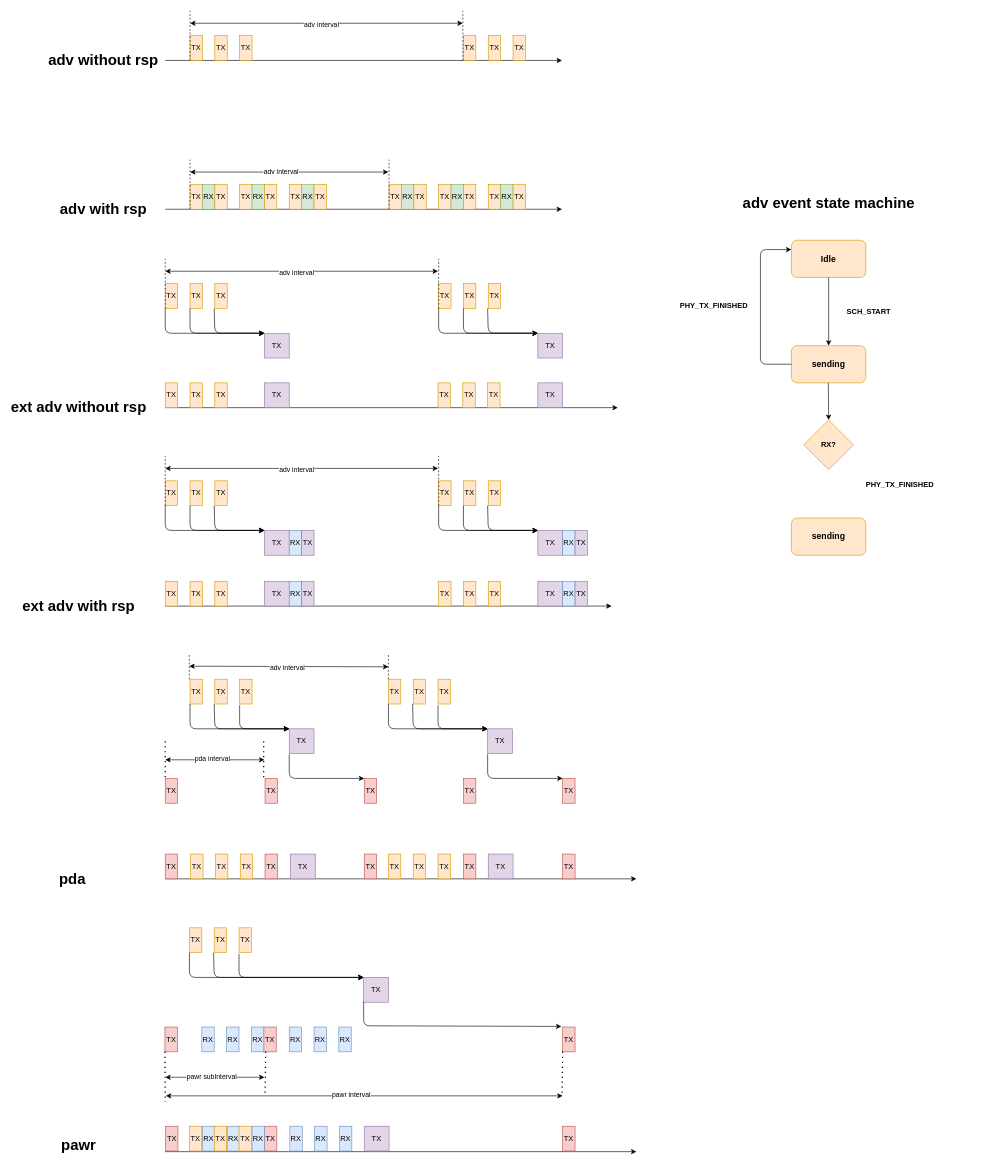
Earlier version of the draw.io diagram system/ble/controller/ll/module/adv/adv.drawio (Coy681/tx_ble). Source tidied: cells renumbered, new cells numbered last; positions are measured from the earlier drawing's top-left corner, leaving out a move shared by most shapes. Both pictures are drawn from the tidied source at 62%, with x=0, y=0 at pixel (41, 11).
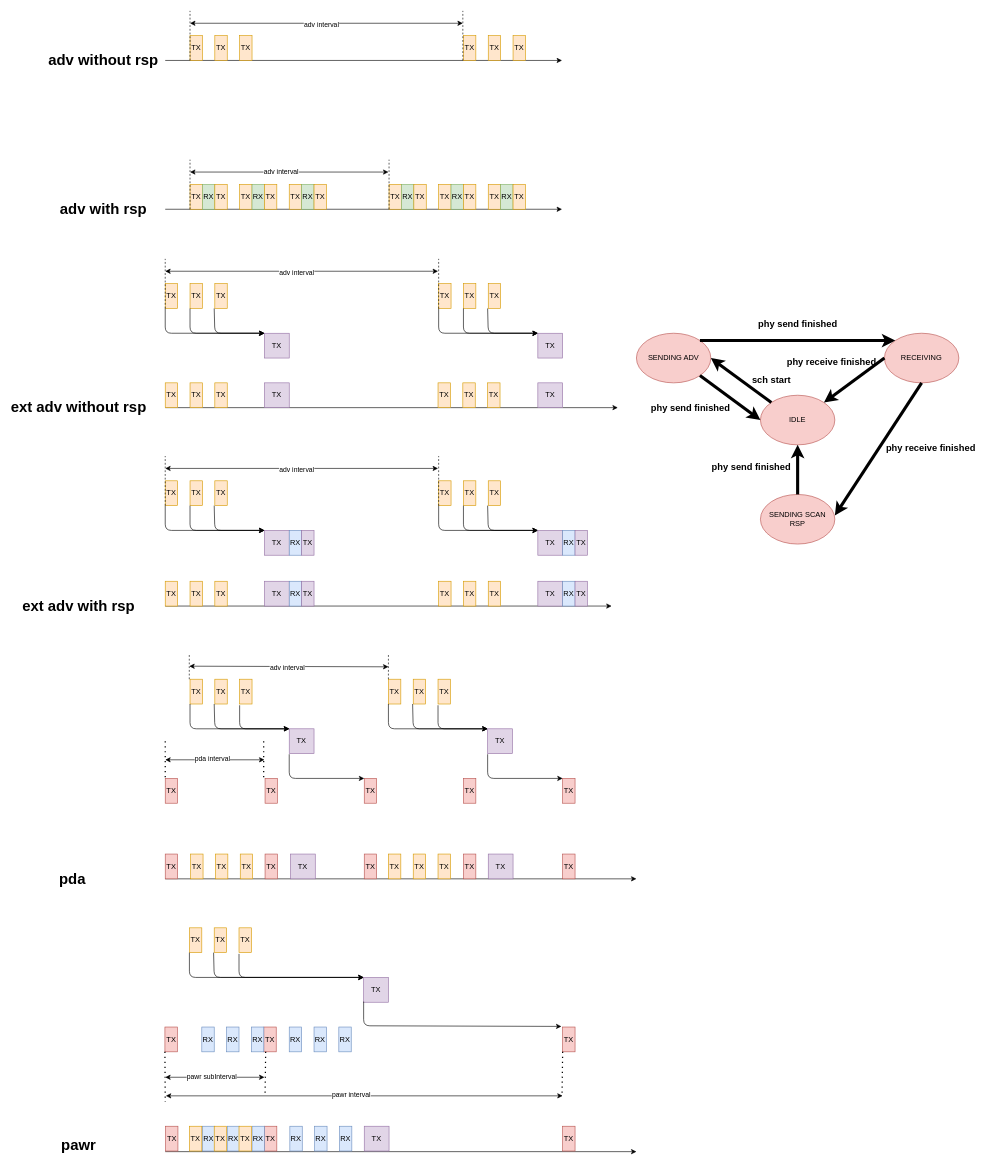
After the change.

Diff of the diagram source:
```diff
@@
-    <mxCell id="185" value="adv event state machine" style="text;strokeColor=none;fillColor=none;html=1;fontSize=24;fontStyle=1;verticalAlign=middle;align=center;" parent="1" vertex="1">
-      <mxGeometry x="1090" y="290" width="360" height="40" as="geometry" />
-    </mxCell>
-    <mxCell id="186" value="Idle" style="rounded=1;whiteSpace=wrap;html=1;fillColor=#ffe6cc;strokeColor=#d79b00;fontStyle=1;fontSize=14;" parent="1" vertex="1">
-      <mxGeometry x="1210" y="370" width="120" height="60" as="geometry" />
-    </mxCell>
-    <mxCell id="187" value="sending" style="rounded=1;whiteSpace=wrap;html=1;fillColor=#ffe6cc;strokeColor=#d79b00;fontStyle=1;fontSize=14;" parent="1" vertex="1">
-      <mxGeometry x="1210" y="540" width="120" height="60" as="geometry" />
-    </mxCell>
-    <mxCell id="188" style="endArrow=classic;html=1;exitX=0.5;exitY=1;exitDx=0;exitDy=0;entryX=0.5;entryY=0;entryDx=0;entryDy=0;" parent="1" edge="1" source="186" target="187">
-      <mxGeometry relative="1" as="geometry" />
-    </mxCell>
-    <mxCell id="189" value="SCH_START" style="text;html=1;align=center;verticalAlign=middle;whiteSpace=wrap;rounded=0;fontStyle=1;" parent="1" vertex="1">
-      <mxGeometry x="1290" y="470" width="90" height="30" as="geometry" />
-    </mxCell>
-    <mxCell id="190" value="sending" style="rounded=1;whiteSpace=wrap;html=1;fillColor=#ffe6cc;strokeColor=#d79b00;fontStyle=1;fontSize=14;" parent="1" vertex="1">
-      <mxGeometry x="1210" y="818" width="120" height="60" as="geometry" />
-    </mxCell>
-    <mxCell id="191" style="endArrow=classic;html=1;exitX=0.5;exitY=1;exitDx=0;exitDy=0;" parent="1" edge="1">
-      <mxGeometry relative="1" as="geometry">
-        <mxPoint x="1269.5" y="600" as="sourcePoint" />
-        <mxPoint x="1270" y="660" as="targetPoint" />
-      </mxGeometry>
-    </mxCell>
-    <mxCell id="192" value="PHY_TX_FINISHED" style="text;html=1;align=center;verticalAlign=middle;whiteSpace=wrap;rounded=0;fontStyle=1;" parent="1" vertex="1">
-      <mxGeometry x="1340" y="750" width="90" height="30" as="geometry" />
-    </mxCell>
-    <mxCell id="193" style="endArrow=classic;html=1;exitX=0;exitY=0.5;exitDx=0;exitDy=0;entryX=0;entryY=0.25;entryDx=0;entryDy=0;" parent="1" edge="1" source="187" target="186">
-      <mxGeometry relative="1" as="geometry">
-        <Array as="points">
-          <mxPoint x="1160" y="570" />
-          <mxPoint x="1160" y="385" />
-        </Array>
-      </mxGeometry>
-    </mxCell>
-    <mxCell id="194" value="PHY_TX_FINISHED" style="text;html=1;align=center;verticalAlign=middle;whiteSpace=wrap;rounded=0;fontStyle=1;" parent="1" vertex="1">
-      <mxGeometry x="1040" y="460" width="90" height="30" as="geometry" />
-    </mxCell>
-    <mxCell id="195" value="RX?" style="rhombus;whiteSpace=wrap;html=1;fillColor=#ffe6cc;strokeColor=#d79b00;fontStyle=1;" parent="1" vertex="1">
-      <mxGeometry x="1230" y="660" width="80" height="80" as="geometry" />
+    <mxCell id="195" value="&lt;span style=&quot;color: rgb(0, 0, 0);&quot;&gt;IDLE&lt;/span&gt;" style="ellipse;whiteSpace=wrap;html=1;fillColor=#f8cecc;strokeColor=#b85450;" parent="1" vertex="1">
+      <mxGeometry x="1160" y="620" width="120" height="80" as="geometry" />
     </mxCell>
+    <mxCell id="196" value="&lt;span style=&quot;color: rgb(0, 0, 0);&quot;&gt;SENDING SCAN RSP&lt;/span&gt;" style="ellipse;whiteSpace=wrap;html=1;fillColor=#f8cecc;strokeColor=#b85450;" parent="1" vertex="1">
+      <mxGeometry x="1160" y="780" width="120" height="80" as="geometry" />
+    </mxCell>
+    <mxCell id="197" value="&lt;span style=&quot;color: rgb(0, 0, 0);&quot;&gt;SENDING ADV&lt;/span&gt;" style="ellipse;whiteSpace=wrap;html=1;fillColor=#f8cecc;strokeColor=#b85450;" parent="1" vertex="1">
+      <mxGeometry x="960" y="520" width="120" height="80" as="geometry" />
+    </mxCell>
+    <mxCell id="198" value="&lt;span style=&quot;color: rgb(0, 0, 0);&quot;&gt;RECEIVING&lt;/span&gt;" style="ellipse;whiteSpace=wrap;html=1;fillColor=#f8cecc;strokeColor=#b85450;" parent="1" vertex="1">
+      <mxGeometry x="1360" y="520" width="120" height="80" as="geometry" />
+    </mxCell>
+    <mxCell id="199" value="sch start" style="text;html=1;align=center;verticalAlign=middle;whiteSpace=wrap;rounded=0;fontStyle=1;fontSize=15;" parent="1" vertex="1">
+      <mxGeometry x="1132.5" y="580" width="90" height="30" as="geometry" />
+    </mxCell>
+    <mxCell id="200" value="phy send finished" style="text;html=1;align=center;verticalAlign=middle;whiteSpace=wrap;rounded=0;fontStyle=1;fontSize=15;" parent="1" vertex="1">
+      <mxGeometry x="1142.5" y="490" width="155" height="30" as="geometry" />
+    </mxCell>
+    <mxCell id="201" style="endArrow=classic;html=1;exitX=0;exitY=0;exitDx=0;exitDy=0;strokeWidth=5;entryX=1;entryY=0.5;entryDx=0;entryDy=0;" parent="1" edge="1" source="195" target="197">
+      <mxGeometry relative="1" as="geometry" />
+    </mxCell>
+    <mxCell id="202" style="endArrow=classic;html=1;exitX=1;exitY=0;exitDx=0;exitDy=0;strokeWidth=5;entryX=0;entryY=0;entryDx=0;entryDy=0;" parent="1" edge="1" source="197" target="198">
+      <mxGeometry relative="1" as="geometry" />
+    </mxCell>
+    <mxCell id="203" style="endArrow=classic;html=1;exitX=0.5;exitY=1;exitDx=0;exitDy=0;strokeWidth=5;" parent="1" edge="1" source="198">
+      <mxGeometry relative="1" as="geometry">
+        <mxPoint x="1280" y="814" as="targetPoint" />
+      </mxGeometry>
+    </mxCell>
+    <mxCell id="204" value="phy receive finished" style="text;html=1;align=center;verticalAlign=middle;whiteSpace=wrap;rounded=0;fontStyle=1;fontSize=15;" parent="1" vertex="1">
+      <mxGeometry x="1350" y="690" width="170" height="30" as="geometry" />
+    </mxCell>
+    <mxCell id="205" style="endArrow=classic;html=1;exitX=0.5;exitY=0;exitDx=0;exitDy=0;strokeWidth=5;entryX=0.5;entryY=1;entryDx=0;entryDy=0;" parent="1" edge="1" source="196" target="195">
+      <mxGeometry relative="1" as="geometry" />
+    </mxCell>
+    <mxCell id="206" value="phy send finished" style="text;html=1;align=center;verticalAlign=middle;whiteSpace=wrap;rounded=0;fontStyle=1;fontSize=15;" parent="1" vertex="1">
+      <mxGeometry x="1067.5" y="720" width="155" height="30" as="geometry" />
+    </mxCell>
+    <mxCell id="207" style="endArrow=classic;html=1;exitX=1;exitY=1;exitDx=0;exitDy=0;strokeWidth=5;entryX=0;entryY=0.5;entryDx=0;entryDy=0;" parent="1" edge="1" source="197" target="195">
+      <mxGeometry relative="1" as="geometry" />
+    </mxCell>
+    <mxCell id="208" style="endArrow=classic;html=1;exitX=0;exitY=0.5;exitDx=0;exitDy=0;strokeWidth=5;entryX=1;entryY=0;entryDx=0;entryDy=0;" parent="1" edge="1" source="198" target="195">
+      <mxGeometry relative="1" as="geometry" />
+    </mxCell>
+    <mxCell id="209" value="phy send finished" style="text;html=1;align=center;verticalAlign=middle;whiteSpace=wrap;rounded=0;fontStyle=1;fontSize=15;" parent="1" vertex="1">
+      <mxGeometry x="970" y="625" width="155" height="30" as="geometry" />
+    </mxCell>
+    <mxCell id="210" value="phy receive finished" style="text;html=1;align=center;verticalAlign=middle;whiteSpace=wrap;rounded=0;fontStyle=1;fontSize=15;" parent="1" vertex="1">
+      <mxGeometry x="1190" y="550" width="170" height="30" as="geometry" />
+    </mxCell>
```
